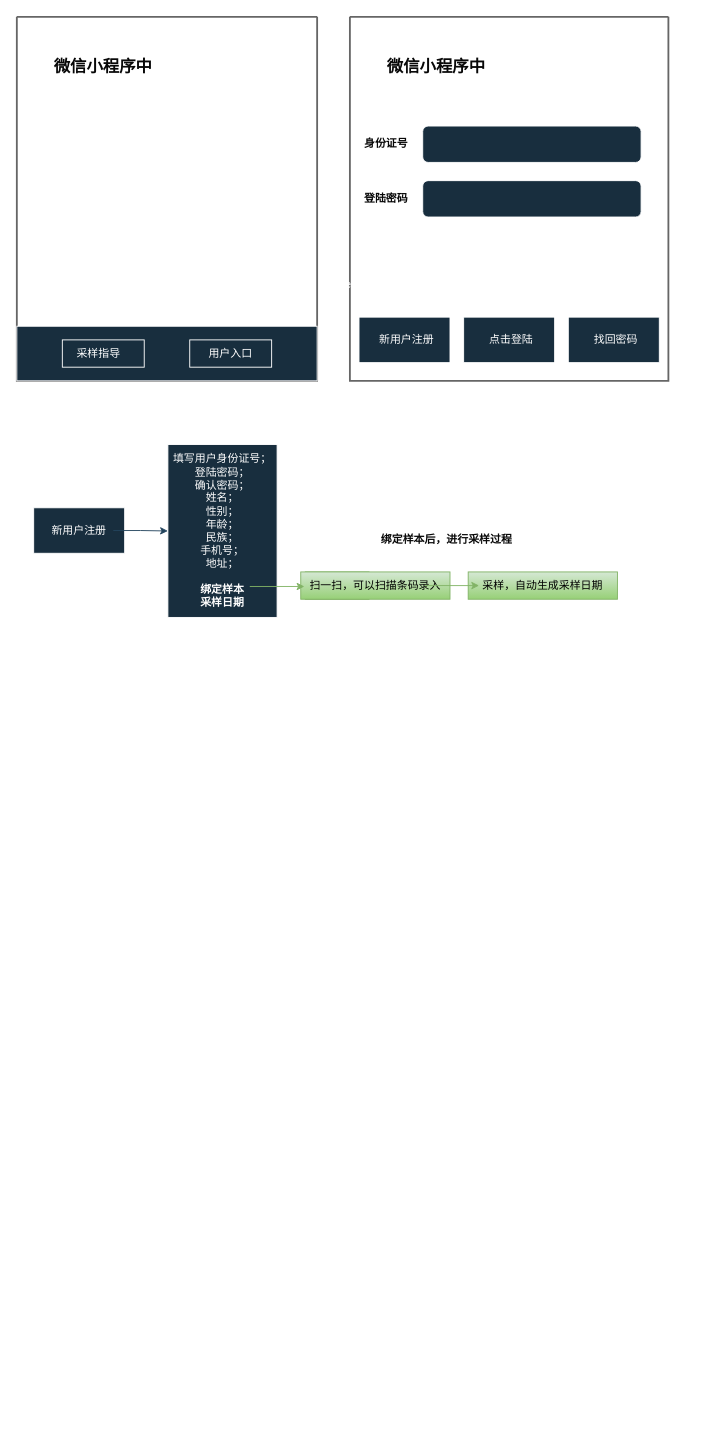
Earlier version of the draw.io diagram 小程序登陆界面设计-等.drawio (kkshaxqd/pipline_contral). Source tidied: cells renumbered, new cells numbered last; positions are measured from the earlier drawing's top-left corner, leaving out a move shared by most shapes. Both pictures are drawn from the tidied source at 91%, with x=0, y=0 at pixel (16, 16).
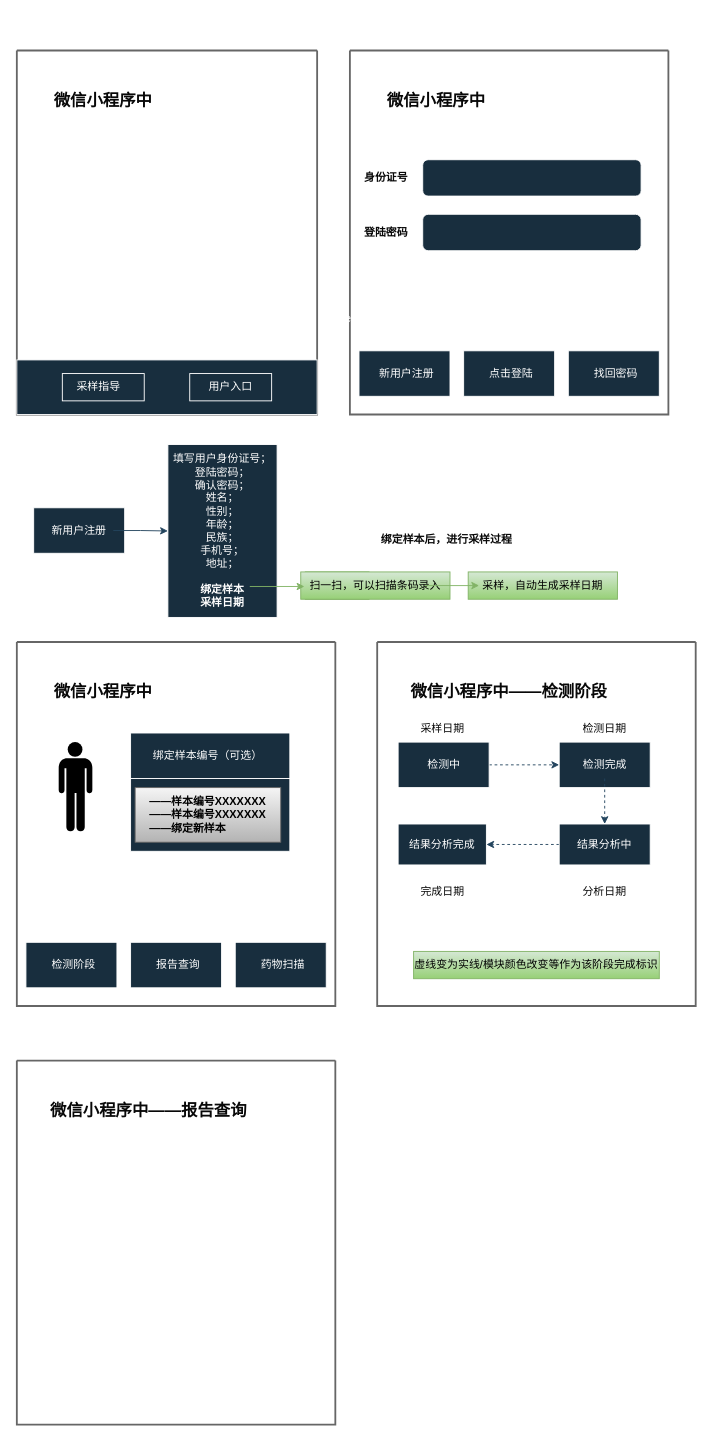
The same diagram, later.

Commit message:
更新小程序登陆界面设计-等.drawio

The edit, as a diff of the source:
```diff
@@
     <mxCell id="2" style="swimlane;startSize=0;strokeColor=#666666;labelBackgroundColor=#D5E8D4;fillColor=#E6E6E6;gradientColor=#b3b3b3;rounded=1;strokeWidth=2;" parent="1" vertex="1">
-      <mxGeometry width="330" height="400" as="geometry" />
+      <mxGeometry y="37" width="330" height="400" as="geometry" />
     </mxCell>
@@
     <mxCell id="13" style="swimlane;startSize=0;strokeColor=#666666;labelBackgroundColor=#D5E8D4;fillColor=#E6E6E6;gradientColor=#b3b3b3;rounded=1;strokeWidth=2;" parent="1" vertex="1">
-      <mxGeometry x="366" width="350" height="400" as="geometry" />
+      <mxGeometry x="366" y="37" width="350" height="400" as="geometry" />
     </mxCell>
@@
     <mxCell id="30" value="Text" style="text;html=1;align=center;verticalAlign=middle;whiteSpace=wrap;rounded=0;fontColor=#FFFFFF;" parent="1" vertex="1">
-      <mxGeometry x="336" y="280" width="60" height="30" as="geometry" />
+      <mxGeometry x="336" y="317" width="60" height="30" as="geometry" />
     </mxCell>
@@
+    <mxCell id="32" style="swimlane;startSize=0;strokeColor=#666666;labelBackgroundColor=#D5E8D4;fillColor=#E6E6E6;gradientColor=#b3b3b3;rounded=1;strokeWidth=2;" parent="1" vertex="1">
+      <mxGeometry y="687" width="350" height="400" as="geometry" />
+    </mxCell>
+    <mxCell id="33" value="微信小程序中" style="text;html=1;align=center;verticalAlign=middle;whiteSpace=wrap;rounded=0;fontStyle=1;fontSize=18;labelBackgroundColor=none;fontColor=#080808;" parent="32" vertex="1">
+      <mxGeometry x="30" y="40" width="130" height="30" as="geometry" />
+    </mxCell>
+    <mxCell id="34" style="rounded=0;whiteSpace=wrap;html=1;labelBackgroundColor=none;fillColor=#182E3E;strokeColor=#FFFFFF;fontColor=#FFFFFF;" parent="32" vertex="1">
+      <mxGeometry x="10" y="330" width="100" height="50" as="geometry" />
+    </mxCell>
+    <mxCell id="35" value="检测阶段" style="text;html=1;align=center;verticalAlign=middle;whiteSpace=wrap;rounded=0;labelBackgroundColor=none;fontColor=#FFFFFF;" parent="32" vertex="1">
+      <mxGeometry x="25" y="340" width="75" height="30" as="geometry" />
+    </mxCell>
+    <mxCell id="36" style="rounded=0;whiteSpace=wrap;html=1;labelBackgroundColor=none;fillColor=#182E3E;strokeColor=#FFFFFF;fontColor=#FFFFFF;" parent="32" vertex="1">
+      <mxGeometry x="125" y="330" width="100" height="50" as="geometry" />
+    </mxCell>
+    <mxCell id="37" value="报告查询" style="text;html=1;align=center;verticalAlign=middle;whiteSpace=wrap;rounded=0;labelBackgroundColor=none;fontColor=#FFFFFF;" parent="32" vertex="1">
+      <mxGeometry x="140" y="340" width="75" height="30" as="geometry" />
+    </mxCell>
+    <mxCell id="38" style="rounded=0;whiteSpace=wrap;html=1;labelBackgroundColor=none;fillColor=#182E3E;strokeColor=#FFFFFF;fontColor=#FFFFFF;" parent="32" vertex="1">
+      <mxGeometry x="240" y="330" width="100" height="50" as="geometry" />
+    </mxCell>
+    <mxCell id="39" value="药物扫描" style="text;html=1;align=center;verticalAlign=middle;whiteSpace=wrap;rounded=0;labelBackgroundColor=none;fontColor=#FFFFFF;" parent="32" vertex="1">
+      <mxGeometry x="255" y="340" width="75" height="30" as="geometry" />
+    </mxCell>
+    <mxCell id="40" style="shape=mxgraph.signs.people.man_1;html=1;fillColor=#000000;strokeColor=none;verticalLabelPosition=bottom;verticalAlign=top;align=center;sketch=0;fontColor=#FFFFFF;" parent="32" vertex="1">
+      <mxGeometry x="46" y="110" width="37" height="98" as="geometry" />
+    </mxCell>
+    <mxCell id="41" style="endArrow=none;html=1;rounded=0;strokeColor=#23445D;" parent="32" edge="1">
+      <mxGeometry relative="1" as="geometry">
+        <mxPoint x="125" y="120" as="sourcePoint" />
+        <mxPoint x="276" y="120" as="targetPoint" />
+      </mxGeometry>
+    </mxCell>
+    <mxCell id="42" style="endArrow=none;html=1;rounded=0;strokeColor=#23445D;fontColor=#FFFFFF;" parent="32" edge="1">
+      <mxGeometry relative="1" as="geometry">
+        <mxPoint x="125" y="150" as="sourcePoint" />
+        <mxPoint x="276" y="150" as="targetPoint" />
+      </mxGeometry>
+    </mxCell>
+    <mxCell id="43" style="rounded=0;whiteSpace=wrap;html=1;labelBackgroundColor=none;fillColor=#182E3E;strokeColor=#FFFFFF;fontColor=#FFFFFF;" parent="32" vertex="1">
+      <mxGeometry x="125" y="100" width="175" height="50" as="geometry" />
+    </mxCell>
+    <mxCell id="44" value="绑定样本编号（可选）" style="text;html=1;align=center;verticalAlign=middle;whiteSpace=wrap;rounded=0;labelBackgroundColor=none;fontColor=#FFFFFF;" parent="32" vertex="1">
+      <mxGeometry x="140" y="110" width="140" height="30" as="geometry" />
+    </mxCell>
+    <mxCell id="45" style="rounded=0;whiteSpace=wrap;html=1;labelBackgroundColor=none;fillColor=#182E3E;strokeColor=#FFFFFF;fontColor=#FFFFFF;" parent="32" vertex="1">
+      <mxGeometry x="125" y="150" width="175" height="80" as="geometry" />
+    </mxCell>
+    <mxCell id="46" value="——样本编号XXXXXXX&lt;div&gt;——&lt;span style=&quot;background-color: initial;&quot;&gt;样本编号XXXXXXX&lt;/span&gt;&lt;/div&gt;&lt;div style=&quot;text-align: left;&quot;&gt;&lt;span style=&quot;background-color: initial; text-align: center;&quot;&gt;——&lt;/span&gt;&lt;span style=&quot;background-color: initial;&quot;&gt;绑定新样本&lt;/span&gt;&lt;/div&gt;" style="text;html=1;align=center;verticalAlign=middle;whiteSpace=wrap;rounded=0;fontStyle=1;fillColor=#f5f5f5;gradientColor=#b3b3b3;strokeColor=#666666;" parent="32" vertex="1">
+      <mxGeometry x="130" y="160" width="160" height="60" as="geometry" />
+    </mxCell>
+    <mxCell id="47" style="swimlane;startSize=0;strokeColor=#666666;labelBackgroundColor=#D5E8D4;fillColor=#E6E6E6;gradientColor=#b3b3b3;rounded=1;strokeWidth=2;" parent="1" vertex="1">
+      <mxGeometry x="396" y="687" width="350" height="400" as="geometry" />
+    </mxCell>
+    <mxCell id="48" value="微信小程序中——检测阶段" style="text;html=1;align=center;verticalAlign=middle;whiteSpace=wrap;rounded=0;fontStyle=1;fontSize=18;labelBackgroundColor=none;fontColor=#080808;" parent="47" vertex="1">
+      <mxGeometry x="30" y="40" width="230" height="30" as="geometry" />
+    </mxCell>
+    <mxCell id="49" style="edgeStyle=orthogonalEdgeStyle;rounded=0;jettySize=auto;html=1;strokeColor=#23445D;dashed=1;" parent="47" edge="1" source="50" target="52">
+      <mxGeometry relative="1" as="geometry" />
+    </mxCell>
+    <mxCell id="50" style="rounded=0;whiteSpace=wrap;html=1;labelBackgroundColor=none;fillColor=#182E3E;strokeColor=#FFFFFF;fontColor=#FFFFFF;" parent="47" vertex="1">
+      <mxGeometry x="23" y="110" width="100" height="50" as="geometry" />
+    </mxCell>
+    <mxCell id="51" value="检测中" style="text;html=1;align=center;verticalAlign=middle;whiteSpace=wrap;rounded=0;labelBackgroundColor=none;fontColor=#FFFFFF;" parent="47" vertex="1">
+      <mxGeometry x="35.5" y="120" width="75" height="30" as="geometry" />
+    </mxCell>
+    <mxCell id="52" style="rounded=0;whiteSpace=wrap;html=1;labelBackgroundColor=none;fillColor=#182E3E;strokeColor=#FFFFFF;fontColor=#FFFFFF;" parent="47" vertex="1">
+      <mxGeometry x="200" y="110" width="100" height="50" as="geometry" />
+    </mxCell>
+    <mxCell id="53" style="edgeStyle=orthogonalEdgeStyle;rounded=0;jettySize=auto;html=1;strokeColor=#23445D;dashed=1;" parent="47" edge="1" source="54" target="56">
+      <mxGeometry relative="1" as="geometry" />
+    </mxCell>
+    <mxCell id="54" value="检测完成" style="text;html=1;align=center;verticalAlign=middle;whiteSpace=wrap;rounded=0;labelBackgroundColor=none;fontColor=#FFFFFF;" parent="47" vertex="1">
+      <mxGeometry x="212.5" y="120" width="75" height="30" as="geometry" />
+    </mxCell>
+    <mxCell id="55" style="edgeStyle=orthogonalEdgeStyle;rounded=0;jettySize=auto;html=1;strokeColor=#23445D;dashed=1;" parent="47" edge="1" source="56" target="57">
+      <mxGeometry relative="1" as="geometry" />
+    </mxCell>
+    <mxCell id="56" value="结果分析中" style="whiteSpace=wrap;html=1;strokeColor=#FFFFFF;fontColor=#FFFFFF;fillColor=#182E3E;" parent="47" vertex="1">
+      <mxGeometry x="200" y="200" width="100" height="45" as="geometry" />
+    </mxCell>
+    <mxCell id="57" value="结果分析完成" style="whiteSpace=wrap;html=1;strokeColor=#FFFFFF;fontColor=#FFFFFF;fillColor=#182E3E;" parent="47" vertex="1">
+      <mxGeometry x="23" y="200" width="97" height="45" as="geometry" />
+    </mxCell>
+    <mxCell id="58" value="采样日期" style="text;html=1;align=center;verticalAlign=middle;whiteSpace=wrap;rounded=0;fontColor=#080808;" parent="47" vertex="1">
+      <mxGeometry x="41.5" y="80" width="60" height="30" as="geometry" />
+    </mxCell>
+    <mxCell id="59" value="检测日期" style="text;html=1;align=center;verticalAlign=middle;whiteSpace=wrap;rounded=0;fontColor=#080808;" parent="47" vertex="1">
+      <mxGeometry x="220" y="80" width="60" height="30" as="geometry" />
+    </mxCell>
+    <mxCell id="60" value="分析日期" style="text;html=1;align=center;verticalAlign=middle;whiteSpace=wrap;rounded=0;fontColor=#080808;" parent="47" vertex="1">
+      <mxGeometry x="220" y="260" width="60" height="30" as="geometry" />
+    </mxCell>
+    <mxCell id="61" value="完成日期" style="text;html=1;align=center;verticalAlign=middle;whiteSpace=wrap;rounded=0;fontColor=#080808;" parent="47" vertex="1">
+      <mxGeometry x="41.5" y="260" width="60" height="30" as="geometry" />
+    </mxCell>
+    <mxCell id="62" style="swimlane;startSize=0;strokeColor=#666666;labelBackgroundColor=#D5E8D4;fillColor=#E6E6E6;gradientColor=#b3b3b3;rounded=1;strokeWidth=2;" parent="1" vertex="1">
+      <mxGeometry y="1147" width="350" height="400" as="geometry" />
+    </mxCell>
+    <mxCell id="63" value="微信小程序中——报告查询" style="text;html=1;align=center;verticalAlign=middle;whiteSpace=wrap;rounded=0;fontStyle=1;fontSize=18;labelBackgroundColor=none;fontColor=#080808;" parent="62" vertex="1">
+      <mxGeometry x="30" y="40" width="230" height="30" as="geometry" />
+    </mxCell>
+    <mxCell id="64" value="虚线变为实线/模块颜色改变等作为该阶段完成标识" style="text;html=1;align=center;verticalAlign=middle;whiteSpace=wrap;rounded=0;labelBackgroundColor=none;fillColor=#d5e8d4;gradientColor=#97d077;strokeColor=#82b366;" parent="1" vertex="1">
+      <mxGeometry x="436" y="1027" width="270" height="30" as="geometry" />
+    </mxCell>
```
